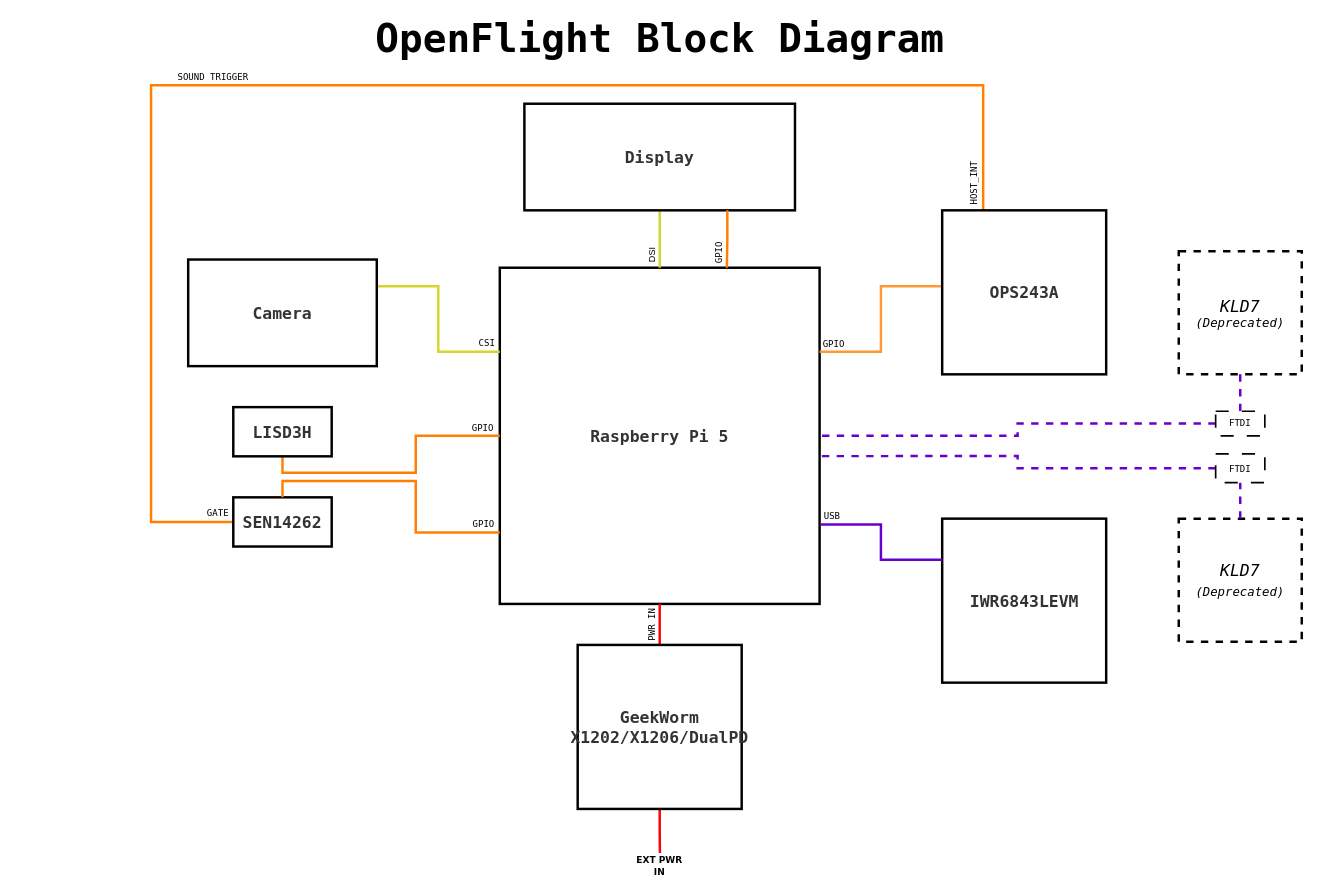
The draw.io diagram docs/OpenFlight_Block_Diagram.drawio in Robinante/OpenFlight-Radar-Workbench, before the edit. Source tidied: cells renumbered, new cells numbered last; positions are measured from the earlier drawing's top-left corner, leaving out a move shared by most shapes. Both pictures are drawn from the tidied source at 82%, with x=0, y=0 at pixel (151, 25).
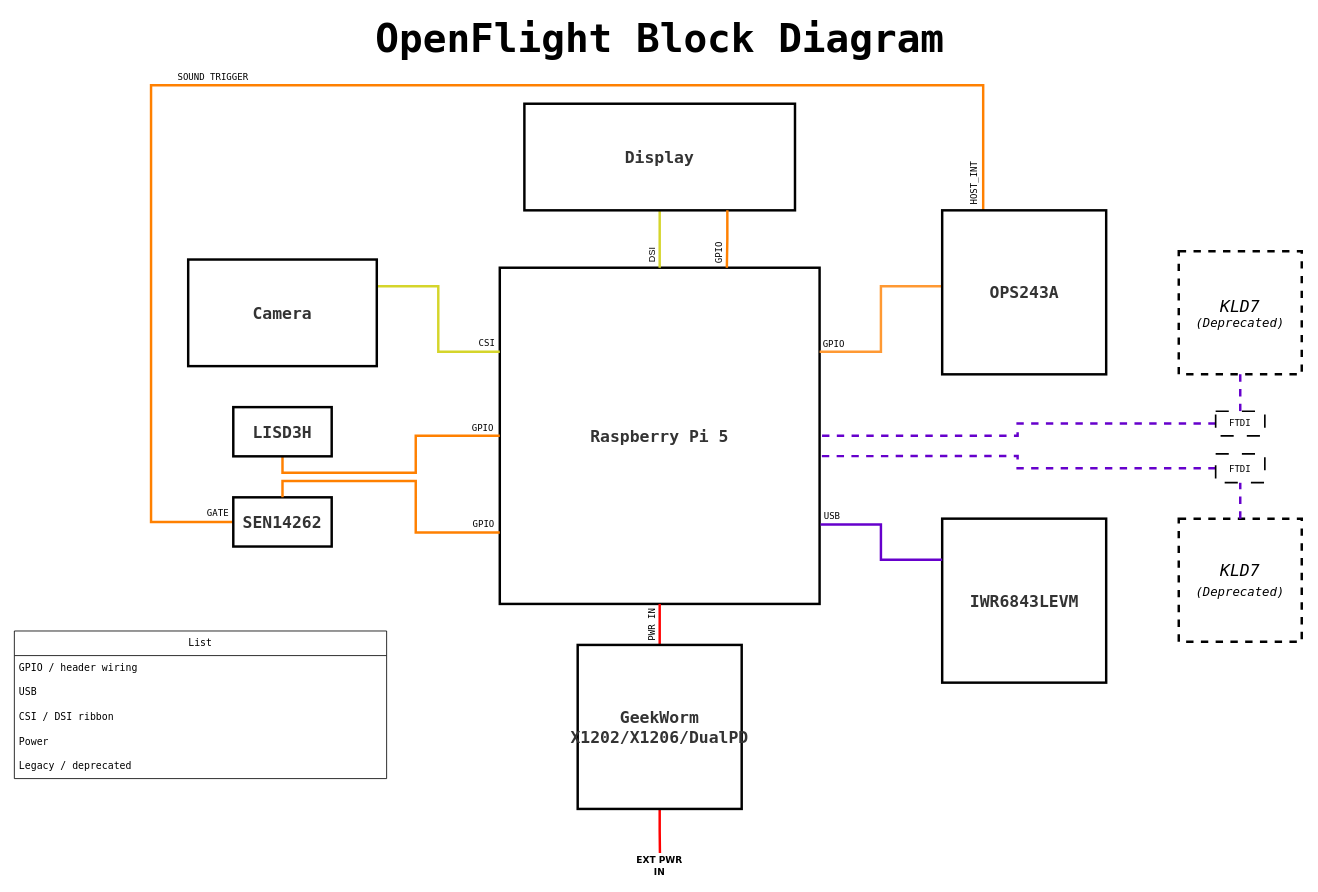
Above is the later version.

Commit message:
Legend no lines

What changed in the source:
```diff
@@
+    <mxCell id="41" value="List" style="swimlane;fontStyle=0;horizontal=1;startSize=30;whiteSpace=wrap;html=1;fontFamily=Lucida Console;" parent="1" vertex="1">
+      <mxGeometry x="-167" y="738" width="454" height="180" as="geometry" />
+    </mxCell>
+    <mxCell id="42" value="&lt;span&gt;GPIO / header wiring&lt;/span&gt;" style="text;strokeColor=none;fillColor=none;align=left;verticalAlign=middle;spacingLeft=4;spacingRight=4;overflow=hidden;whiteSpace=wrap;html=1;fontFamily=Lucida Console;" parent="41" vertex="1">
+      <mxGeometry y="30" width="454" height="30" as="geometry" />
+    </mxCell>
+    <mxCell id="43" value="&lt;span&gt;USB&lt;/span&gt;" style="text;strokeColor=none;fillColor=none;align=left;verticalAlign=middle;spacingLeft=4;spacingRight=4;overflow=hidden;whiteSpace=wrap;html=1;fontFamily=Lucida Console;" parent="41" vertex="1">
+      <mxGeometry y="60" width="454" height="30" as="geometry" />
+    </mxCell>
+    <mxCell id="44" value="&lt;span&gt;CSI / DSI ribbon&lt;/span&gt;" style="text;strokeColor=none;fillColor=none;align=left;verticalAlign=middle;spacingLeft=4;spacingRight=4;overflow=hidden;whiteSpace=wrap;html=1;fontFamily=Lucida Console;" parent="41" vertex="1">
+      <mxGeometry y="90" width="454" height="30" as="geometry" />
+    </mxCell>
+    <mxCell id="45" value="&lt;span&gt;Power&lt;/span&gt;" style="text;strokeColor=none;fillColor=none;align=left;verticalAlign=middle;spacingLeft=4;spacingRight=4;overflow=hidden;whiteSpace=wrap;html=1;fontFamily=Lucida Console;" parent="41" vertex="1">
+      <mxGeometry y="120" width="454" height="30" as="geometry" />
+    </mxCell>
+    <mxCell id="46" value="&lt;span&gt;Legacy / deprecated&lt;/span&gt;" style="text;strokeColor=none;fillColor=none;align=left;verticalAlign=middle;spacingLeft=4;spacingRight=4;overflow=hidden;whiteSpace=wrap;html=1;fontFamily=Lucida Console;" parent="41" vertex="1">
+      <mxGeometry y="150" width="454" height="30" as="geometry" />
+    </mxCell>
```
